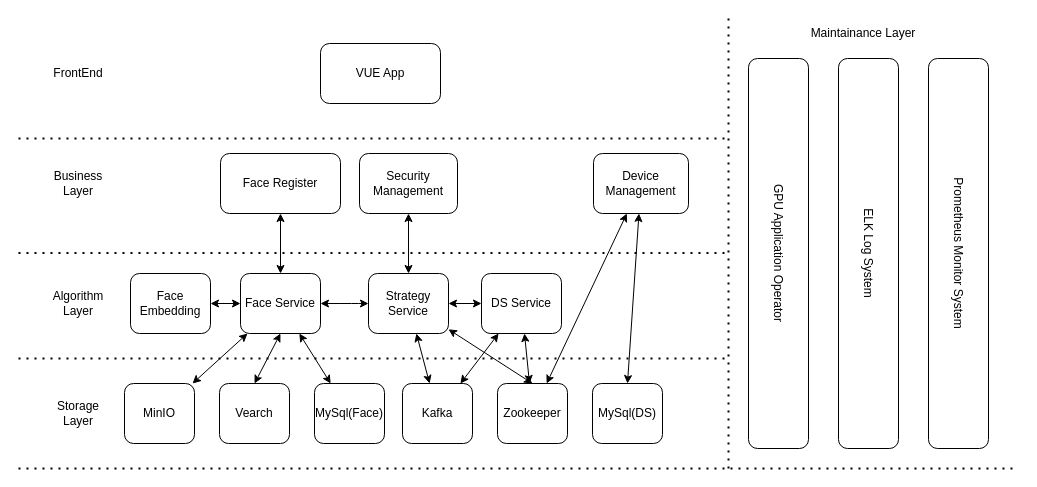
This is camera/cv.drawio from dosjia/chart, a draw.io file, before an edit. Source tidied: cells renumbered, new cells numbered last; positions are measured from the earlier drawing's top-left corner, leaving out a move shared by most shapes. Both pictures are drawn from the tidied source at 100%, with x=0, y=0 at pixel (18, 18).
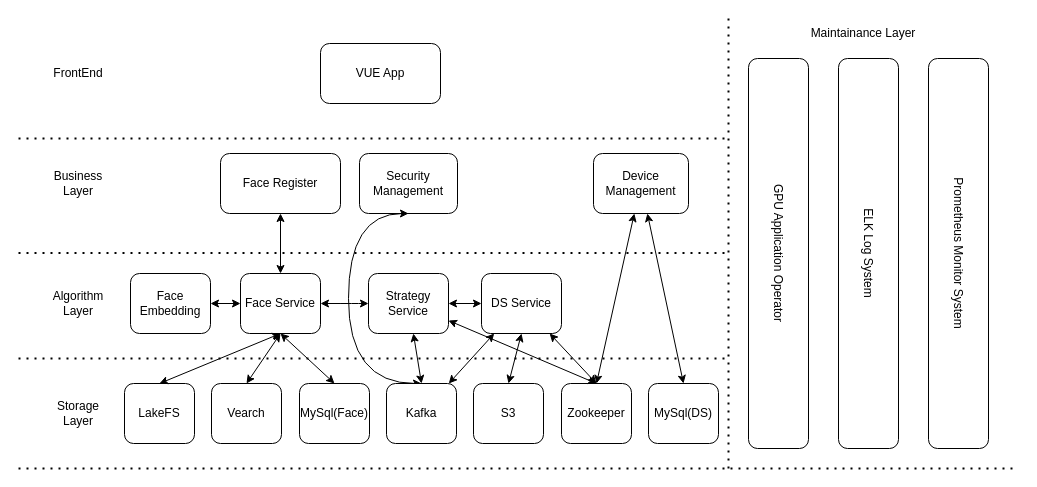
Above is the later version.

Unchanged cells that the change refers to:
```xml
<mxCell id="5" value="Device Management" style="rounded=1;whiteSpace=wrap;html=1;" parent="1" vertex="1">
  <mxGeometry x="575" y="135" width="95" height="60" as="geometry" />
</mxCell>
<mxCell id="7" value="Security Management" style="rounded=1;whiteSpace=wrap;html=1;" parent="1" vertex="1">
  <mxGeometry x="341" y="135" width="98" height="60" as="geometry" />
</mxCell>
<mxCell id="9" value="Strategy Service" style="rounded=1;whiteSpace=wrap;html=1;" parent="1" vertex="1">
  <mxGeometry x="350" y="255" width="80" height="60" as="geometry" />
</mxCell>
<mxCell id="11" value="DS Service" style="rounded=1;whiteSpace=wrap;html=1;" parent="1" vertex="1">
  <mxGeometry x="463" y="255" width="80" height="60" as="geometry" />
</mxCell>
<mxCell id="19" value="Face Service" style="rounded=1;whiteSpace=wrap;html=1;" parent="1" vertex="1">
  <mxGeometry x="222" y="255" width="80" height="60" as="geometry" />
</mxCell>
```

Change to the diagram source:
```diff
@@
-    <mxCell id="10" style="endArrow=classic;startArrow=classic;html=1;entryX=0.5;entryY=1;entryDx=0;entryDy=0;exitX=0.5;exitY=0;exitDx=0;exitDy=0;" parent="1" edge="1" source="9" target="7">
-      <mxGeometry relative="1" as="geometry" />
+    <mxCell id="10" style="endArrow=classic;startArrow=classic;html=1;entryX=0.5;entryY=1;entryDx=0;entryDy=0;exitX=0.5;exitY=0;exitDx=0;exitDy=0;edgeStyle=orthogonalEdgeStyle;curved=1;" parent="1" edge="1" source="37" target="7">
+      <mxGeometry relative="1" as="geometry">
+        <Array as="points">
+          <mxPoint x="330" y="365" />
+          <mxPoint x="330" y="195" />
+        </Array>
+      </mxGeometry>
     </mxCell>
@@
     <mxCell id="14" value="Vearch" style="rounded=1;whiteSpace=wrap;html=1;" parent="1" vertex="1">
-      <mxGeometry x="201" y="365" width="70" height="60" as="geometry" />
+      <mxGeometry x="193" y="365" width="70" height="60" as="geometry" />
     </mxCell>
@@
     <mxCell id="16" value="MySql(Face)" style="rounded=1;whiteSpace=wrap;html=1;" parent="1" vertex="1">
-      <mxGeometry x="296" y="365" width="70" height="60" as="geometry" />
+      <mxGeometry x="281" y="365" width="70" height="60" as="geometry" />
     </mxCell>
-    <mxCell id="17" value="MinIO" style="rounded=1;whiteSpace=wrap;html=1;" parent="1" vertex="1">
+    <mxCell id="17" value="LakeFS" style="rounded=1;whiteSpace=wrap;html=1;" parent="1" vertex="1">
       <mxGeometry x="106" y="365" width="70" height="60" as="geometry" />
     </mxCell>
     <mxCell id="18" value="Zookeeper" style="rounded=1;whiteSpace=wrap;html=1;" parent="1" vertex="1">
-      <mxGeometry x="479" y="365" width="70" height="60" as="geometry" />
+      <mxGeometry x="543" y="365" width="70" height="60" as="geometry" />
     </mxCell>
@@
-    <mxCell id="23" style="endArrow=classic;startArrow=classic;html=1;" parent="1" edge="1" source="16" target="19">
+    <mxCell id="23" style="endArrow=classic;startArrow=classic;html=1;entryX=0.5;entryY=1;entryDx=0;entryDy=0;exitX=0.5;exitY=0;exitDx=0;exitDy=0;" parent="1" edge="1" source="16" target="19">
       <mxGeometry relative="1" as="geometry" />
     </mxCell>
-    <mxCell id="24" style="endArrow=classic;startArrow=classic;html=1;" parent="1" edge="1" source="17" target="19">
+    <mxCell id="24" style="endArrow=classic;startArrow=classic;html=1;entryX=0.5;entryY=1;entryDx=0;entryDy=0;exitX=0.5;exitY=0;exitDx=0;exitDy=0;" parent="1" edge="1" source="17" target="19">
       <mxGeometry relative="1" as="geometry" />
     </mxCell>
@@
     <mxCell id="35" value="MySql(DS)" style="rounded=1;whiteSpace=wrap;html=1;" parent="1" vertex="1">
-      <mxGeometry x="574" y="365" width="70" height="60" as="geometry" />
+      <mxGeometry x="630" y="365" width="70" height="60" as="geometry" />
     </mxCell>
-    <mxCell id="36" style="endArrow=classic;startArrow=classic;html=1;" parent="1" edge="1" source="18" target="5">
+    <mxCell id="36" style="endArrow=classic;startArrow=classic;html=1;exitX=0.5;exitY=0;exitDx=0;exitDy=0;" parent="1" edge="1" source="18" target="5">
       <mxGeometry relative="1" as="geometry" />
     </mxCell>
     <mxCell id="37" value="Kafka" style="rounded=1;whiteSpace=wrap;html=1;" parent="1" vertex="1">
-      <mxGeometry x="384" y="365" width="70" height="60" as="geometry" />
+      <mxGeometry x="368" y="365" width="70" height="60" as="geometry" />
     </mxCell>
@@
-    <mxCell id="39" style="endArrow=classic;startArrow=classic;html=1;" parent="1" edge="1" source="37" target="9">
+    <mxCell id="39" style="endArrow=classic;startArrow=classic;html=1;exitX=0.5;exitY=0;exitDx=0;exitDy=0;" parent="1" edge="1" source="37" target="9">
       <mxGeometry relative="1" as="geometry" />
     </mxCell>
-    <mxCell id="40" style="endArrow=classic;startArrow=classic;html=1;" parent="1" edge="1" source="18" target="11">
+    <mxCell id="40" style="endArrow=classic;startArrow=classic;html=1;exitX=0.5;exitY=0;exitDx=0;exitDy=0;" parent="1" edge="1" source="18" target="11">
       <mxGeometry relative="1" as="geometry" />
     </mxCell>
@@
+    <mxCell id="43" value="S3" style="rounded=1;whiteSpace=wrap;html=1;" parent="1" vertex="1">
+      <mxGeometry x="455" y="365" width="70" height="60" as="geometry" />
+    </mxCell>
+    <mxCell id="44" style="endArrow=classic;startArrow=classic;html=1;entryX=0.5;entryY=1;entryDx=0;entryDy=0;exitX=0.5;exitY=0;exitDx=0;exitDy=0;" parent="1" edge="1" source="43" target="11">
+      <mxGeometry relative="1" as="geometry" />
+    </mxCell>
```
